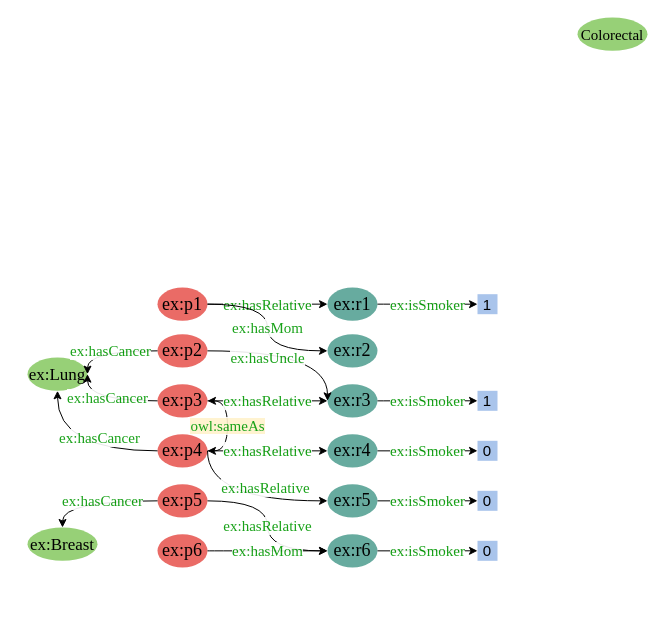
Before: VLDB2023.drawio in jason-huanghao/drawio_graphs, a draw.io diagram. Source tidied: cells renumbered, new cells numbered last; positions are measured from the earlier drawing's top-left corner, leaving out a move shared by most shapes. Both pictures are drawn from the tidied source at 100%, with x=0, y=0 at pixel (27, 17).
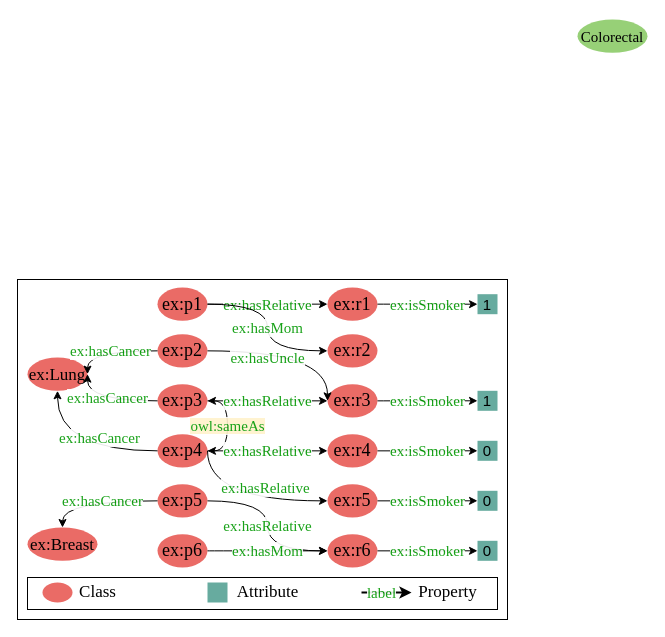
Above is the later version.

The edit, as a diff of the source:
```diff
@@
+    <mxCell id="40" style="rounded=0;whiteSpace=wrap;html=1;fontFamily=Times New Roman;fontSize=17;fontColor=#000000;fillColor=none;strokeColor=default;" parent="1" vertex="1">
+      <mxGeometry y="560" width="470" height="32" as="geometry" />
+    </mxCell>
@@
-    <mxCell id="8" value="ex:r1" style="ellipse;whiteSpace=wrap;html=1;rounded=0;fontFamily=Times New Roman;fontSize=18;fontColor=default;fillColor=#67AB9F;strokeColor=none;" parent="1" vertex="1">
+    <mxCell id="8" value="ex:r1" style="ellipse;whiteSpace=wrap;html=1;rounded=0;fontFamily=Times New Roman;fontSize=18;fontColor=default;fillColor=#EA6B66;strokeColor=none;" parent="1" vertex="1">
       <mxGeometry x="300" y="270" width="50" height="33.3" as="geometry" />
     </mxCell>
-    <mxCell id="9" value="ex:r2" style="ellipse;whiteSpace=wrap;html=1;rounded=0;fontFamily=Times New Roman;fontSize=18;fontColor=default;fillColor=#67AB9F;strokeColor=none;" parent="1" vertex="1">
+    <mxCell id="9" value="ex:r2" style="ellipse;whiteSpace=wrap;html=1;rounded=0;fontFamily=Times New Roman;fontSize=18;fontColor=default;fillColor=#EA6B66;strokeColor=none;" parent="1" vertex="1">
       <mxGeometry x="300" y="316.7" width="50" height="33.3" as="geometry" />
     </mxCell>
-    <mxCell id="10" value="ex:r3" style="ellipse;whiteSpace=wrap;html=1;rounded=0;fontFamily=Times New Roman;fontSize=18;fontColor=default;fillColor=#67AB9F;strokeColor=none;" parent="1" vertex="1">
+    <mxCell id="10" value="ex:r3" style="ellipse;whiteSpace=wrap;html=1;rounded=0;fontFamily=Times New Roman;fontSize=18;fontColor=default;fillColor=#EA6B66;strokeColor=none;" parent="1" vertex="1">
       <mxGeometry x="300" y="366.7" width="50" height="33.3" as="geometry" />
     </mxCell>
-    <mxCell id="11" value="ex:r4" style="ellipse;whiteSpace=wrap;html=1;rounded=0;fontFamily=Times New Roman;fontSize=18;fontColor=default;fillColor=#67AB9F;strokeColor=none;" parent="1" vertex="1">
+    <mxCell id="11" value="ex:r4" style="ellipse;whiteSpace=wrap;html=1;rounded=0;fontFamily=Times New Roman;fontSize=18;fontColor=default;fillColor=#EA6B66;strokeColor=none;" parent="1" vertex="1">
       <mxGeometry x="300" y="416.7" width="50" height="33.3" as="geometry" />
     </mxCell>
-    <mxCell id="12" value="ex:r5" style="ellipse;whiteSpace=wrap;html=1;rounded=0;fontFamily=Times New Roman;fontSize=18;fontColor=default;fillColor=#67AB9F;strokeColor=none;" parent="1" vertex="1">
+    <mxCell id="12" value="ex:r5" style="ellipse;whiteSpace=wrap;html=1;rounded=0;fontFamily=Times New Roman;fontSize=18;fontColor=default;fillColor=#EA6B66;strokeColor=none;" parent="1" vertex="1">
       <mxGeometry x="300" y="466.7" width="50" height="33.3" as="geometry" />
     </mxCell>
-    <mxCell id="13" value="ex:r6" style="ellipse;whiteSpace=wrap;html=1;rounded=0;fontFamily=Times New Roman;fontSize=18;fontColor=default;fillColor=#67AB9F;strokeColor=none;" parent="1" vertex="1">
+    <mxCell id="13" value="ex:r6" style="ellipse;whiteSpace=wrap;html=1;rounded=0;fontFamily=Times New Roman;fontSize=18;fontColor=default;fillColor=#EA6B66;strokeColor=none;" parent="1" vertex="1">
       <mxGeometry x="300" y="516.7" width="50" height="33.3" as="geometry" />
     </mxCell>
-    <mxCell id="14" value="&lt;font style=&quot;font-size: 17px;&quot;&gt;ex:Lung&lt;/font&gt;" style="ellipse;whiteSpace=wrap;html=1;rounded=0;fontFamily=Times New Roman;fontSize=18;fontColor=default;fillColor=#97D077;strokeColor=none;" parent="1" vertex="1">
+    <mxCell id="14" value="&lt;font style=&quot;font-size: 17px;&quot;&gt;ex:Lung&lt;/font&gt;" style="ellipse;whiteSpace=wrap;html=1;rounded=0;fontFamily=Times New Roman;fontSize=18;fontColor=default;fillColor=#EA6B66;strokeColor=none;" parent="1" vertex="1">
       <mxGeometry y="340" width="60" height="33.3" as="geometry" />
     </mxCell>
-    <mxCell id="15" value="&lt;font style=&quot;font-size: 17px;&quot;&gt;ex:Breast&lt;/font&gt;" style="ellipse;whiteSpace=wrap;html=1;rounded=0;fontFamily=Times New Roman;fontSize=18;fontColor=default;fillColor=#97D077;strokeColor=none;" parent="1" vertex="1">
+    <mxCell id="15" value="&lt;font style=&quot;font-size: 17px;&quot;&gt;ex:Breast&lt;/font&gt;" style="ellipse;whiteSpace=wrap;html=1;rounded=0;fontFamily=Times New Roman;fontSize=18;fontColor=default;fillColor=#EA6B66;strokeColor=none;" parent="1" vertex="1">
       <mxGeometry y="510" width="70" height="33.3" as="geometry" />
     </mxCell>
     <mxCell id="16" value="Colorectal" style="ellipse;whiteSpace=wrap;html=1;rounded=0;fontFamily=Times New Roman;fontSize=15;fontColor=default;fillColor=#97D077;strokeColor=none;" parent="1" vertex="1">
-      <mxGeometry x="550" width="70" height="33.3" as="geometry" />
+      <mxGeometry x="550" y="2" width="70" height="33.3" as="geometry" />
     </mxCell>
@@
-    <mxCell id="27" value="1" style="rounded=0;whiteSpace=wrap;html=1;fillColor=#A9C4EB;strokeColor=none;fontSize=15;" parent="1" vertex="1">
+    <mxCell id="27" value="1" style="rounded=0;whiteSpace=wrap;html=1;fillColor=#67AB9F;strokeColor=none;fontSize=15;" parent="1" vertex="1">
       <mxGeometry x="450" y="276.7" width="20" height="20" as="geometry" />
     </mxCell>
-    <mxCell id="28" value="1" style="rounded=0;whiteSpace=wrap;html=1;fillColor=#A9C4EB;strokeColor=none;fontSize=15;" parent="1" vertex="1">
+    <mxCell id="28" value="1" style="rounded=0;whiteSpace=wrap;html=1;fillColor=#67AB9F;strokeColor=none;fontSize=15;" parent="1" vertex="1">
       <mxGeometry x="450" y="373.3" width="20" height="20" as="geometry" />
     </mxCell>
@@
-    <mxCell id="30" value="0" style="rounded=0;whiteSpace=wrap;html=1;fillColor=#A9C4EB;strokeColor=none;fontSize=15;" parent="1" vertex="1">
+    <mxCell id="30" value="0" style="rounded=0;whiteSpace=wrap;html=1;fillColor=#67AB9F;strokeColor=none;fontSize=15;" parent="1" vertex="1">
       <mxGeometry x="450" y="423.3" width="20" height="20" as="geometry" />
     </mxCell>
-    <mxCell id="31" value="0" style="rounded=0;whiteSpace=wrap;html=1;fillColor=#A9C4EB;strokeColor=none;fontSize=15;" parent="1" vertex="1">
+    <mxCell id="31" value="0" style="rounded=0;whiteSpace=wrap;html=1;fillColor=#67AB9F;strokeColor=none;fontSize=15;" parent="1" vertex="1">
       <mxGeometry x="450" y="473.3" width="20" height="20" as="geometry" />
     </mxCell>
-    <mxCell id="32" value="0" style="rounded=0;whiteSpace=wrap;html=1;fillColor=#A9C4EB;strokeColor=none;fontSize=15;" parent="1" vertex="1">
+    <mxCell id="32" value="0" style="rounded=0;whiteSpace=wrap;html=1;fillColor=#67AB9F;strokeColor=none;fontSize=15;" parent="1" vertex="1">
       <mxGeometry x="450" y="523.3" width="20" height="20" as="geometry" />
     </mxCell>
@@
+    <mxCell id="41" style="ellipse;whiteSpace=wrap;html=1;rounded=0;fontFamily=Times New Roman;fontSize=18;fontColor=default;fillColor=#EA6B66;strokeColor=none;" parent="1" vertex="1">
+      <mxGeometry x="15" y="565" width="30" height="20" as="geometry" />
+    </mxCell>
+    <mxCell id="42" style="rounded=0;whiteSpace=wrap;html=1;fillColor=#67AB9F;strokeColor=none;fontSize=15;" parent="1" vertex="1">
+      <mxGeometry x="180" y="565" width="20" height="20" as="geometry" />
+    </mxCell>
+    <mxCell id="43" value="&lt;font color=&quot;#009900&quot; style=&quot;line-height: 1; background-color: rgb(255, 255, 255);&quot;&gt;label&lt;/font&gt;" style="edgeStyle=orthogonalEdgeStyle;curved=1;orthogonalLoop=1;jettySize=auto;html=1;labelBackgroundColor=#FFFFFF;fontFamily=Times New Roman;fontSize=15;fontColor=#3333FF;shadow=0;fillColor=#00CC00;textOpacity=90;strokeWidth=2;" parent="1" edge="1">
+      <mxGeometry x="-0.2" relative="1" as="geometry">
+        <mxPoint x="334" y="575" as="sourcePoint" />
+        <mxPoint x="384" y="575" as="targetPoint" />
+        <Array as="points">
+          <mxPoint x="362" y="575" />
+        </Array>
+      </mxGeometry>
+    </mxCell>
+    <mxCell id="44" value="&lt;font color=&quot;#000000&quot;&gt;Class&lt;/font&gt;" style="text;html=1;align=center;verticalAlign=middle;strokeColor=none;fillColor=none;fontSize=17;fontFamily=Times New Roman;fontColor=#009900;" parent="1" vertex="1">
+      <mxGeometry x="40" y="560" width="60" height="30" as="geometry" />
+    </mxCell>
+    <mxCell id="45" value="&lt;font color=&quot;#000000&quot;&gt;Attribute&lt;/font&gt;" style="text;html=1;align=center;verticalAlign=middle;strokeColor=none;fillColor=none;fontSize=17;fontFamily=Times New Roman;fontColor=#009900;" parent="1" vertex="1">
+      <mxGeometry x="200" y="560" width="80" height="30" as="geometry" />
+    </mxCell>
+    <mxCell id="46" style="rounded=0;whiteSpace=wrap;html=1;fontFamily=Times New Roman;fontSize=17;fontColor=#000000;fillColor=none;" parent="1" vertex="1">
+      <mxGeometry x="-10" y="262" width="490" height="340" as="geometry" />
+    </mxCell>
+    <mxCell id="47" value="&lt;font color=&quot;#000000&quot;&gt;Property&lt;/font&gt;" style="text;html=1;align=center;verticalAlign=middle;strokeColor=none;fillColor=none;fontSize=17;fontFamily=Times New Roman;fontColor=#009900;" parent="1" vertex="1">
+      <mxGeometry x="380" y="560" width="80" height="30" as="geometry" />
+    </mxCell>
```
